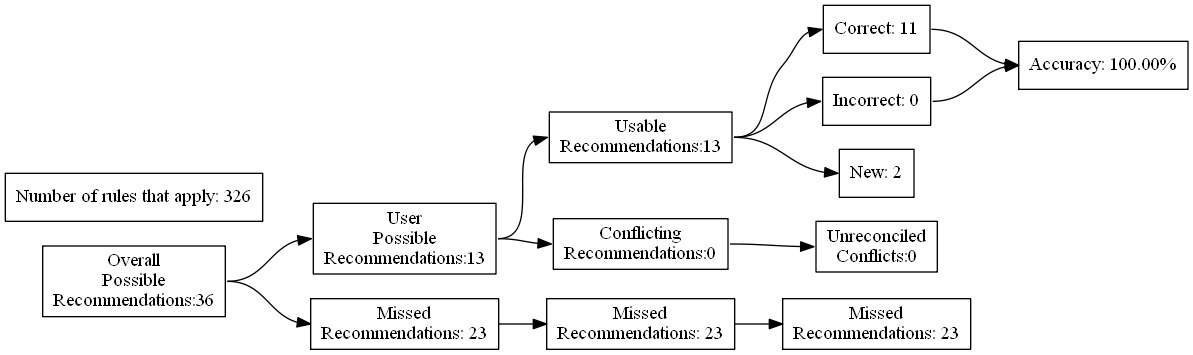
The Graphviz diagram test_renders/39.gv.png in ZaxR/ibd_diet_analysis, before a commit. Its source is kept beside it as test_renders/39.gv.
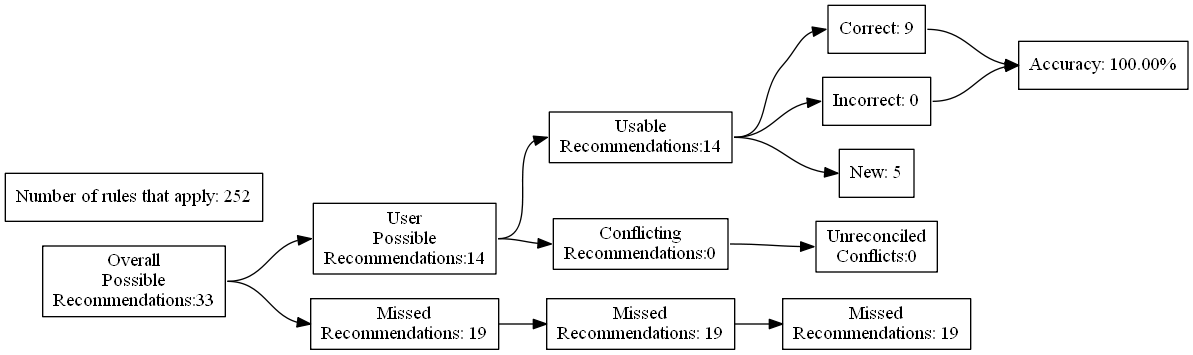
Later version of the same file.

What changed in the source:
```diff
@@ -4,27 +4,27 @@
 	edge [headport=w tailport=e]
 		A [label="Overall
 Possible
-Recommendations:36"]
+Recommendations:33"]
 		B [label="User
 Possible
-Recommendations:13"]
+Recommendations:14"]
 		C [label="Missed
-Recommendations: 23"]
+Recommendations: 19"]
 		D [label="Usable
-Recommendations:13"]
+Recommendations:14"]
 		E [label="Conflicting
 Recommendations:0"]
 		J [label="Missed
-Recommendations: 23"]
+Recommendations: 19"]
 		M [label="Unreconciled
 Conflicts:0"]
-		F [label="Correct: 11"]
+		F [label="Correct: 9"]
 		G [label="Incorrect: 0"]
-		H [label="New: 2"]
+		H [label="New: 5"]
 		K [label="Missed
-Recommendations: 23"]
+Recommendations: 19"]
 		I [label="Accuracy: 100.00%"]
-		l [label="Number of rules that apply: 326"]
+		l [label="Number of rules that apply: 252"]
 			A -> B
 			A -> C
 			B -> D
```
